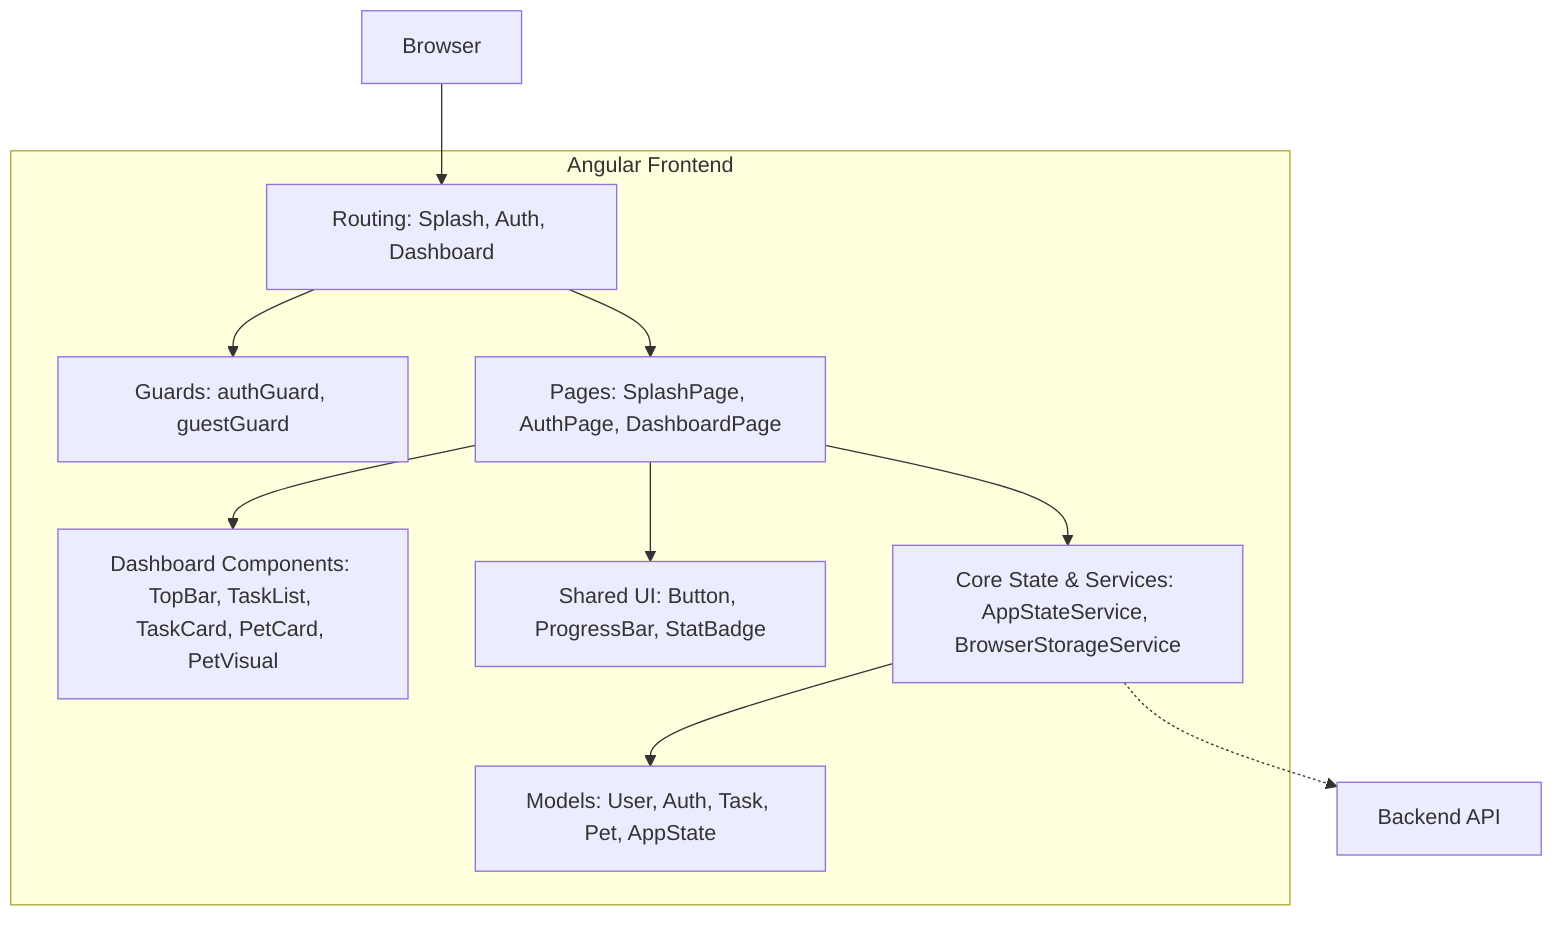
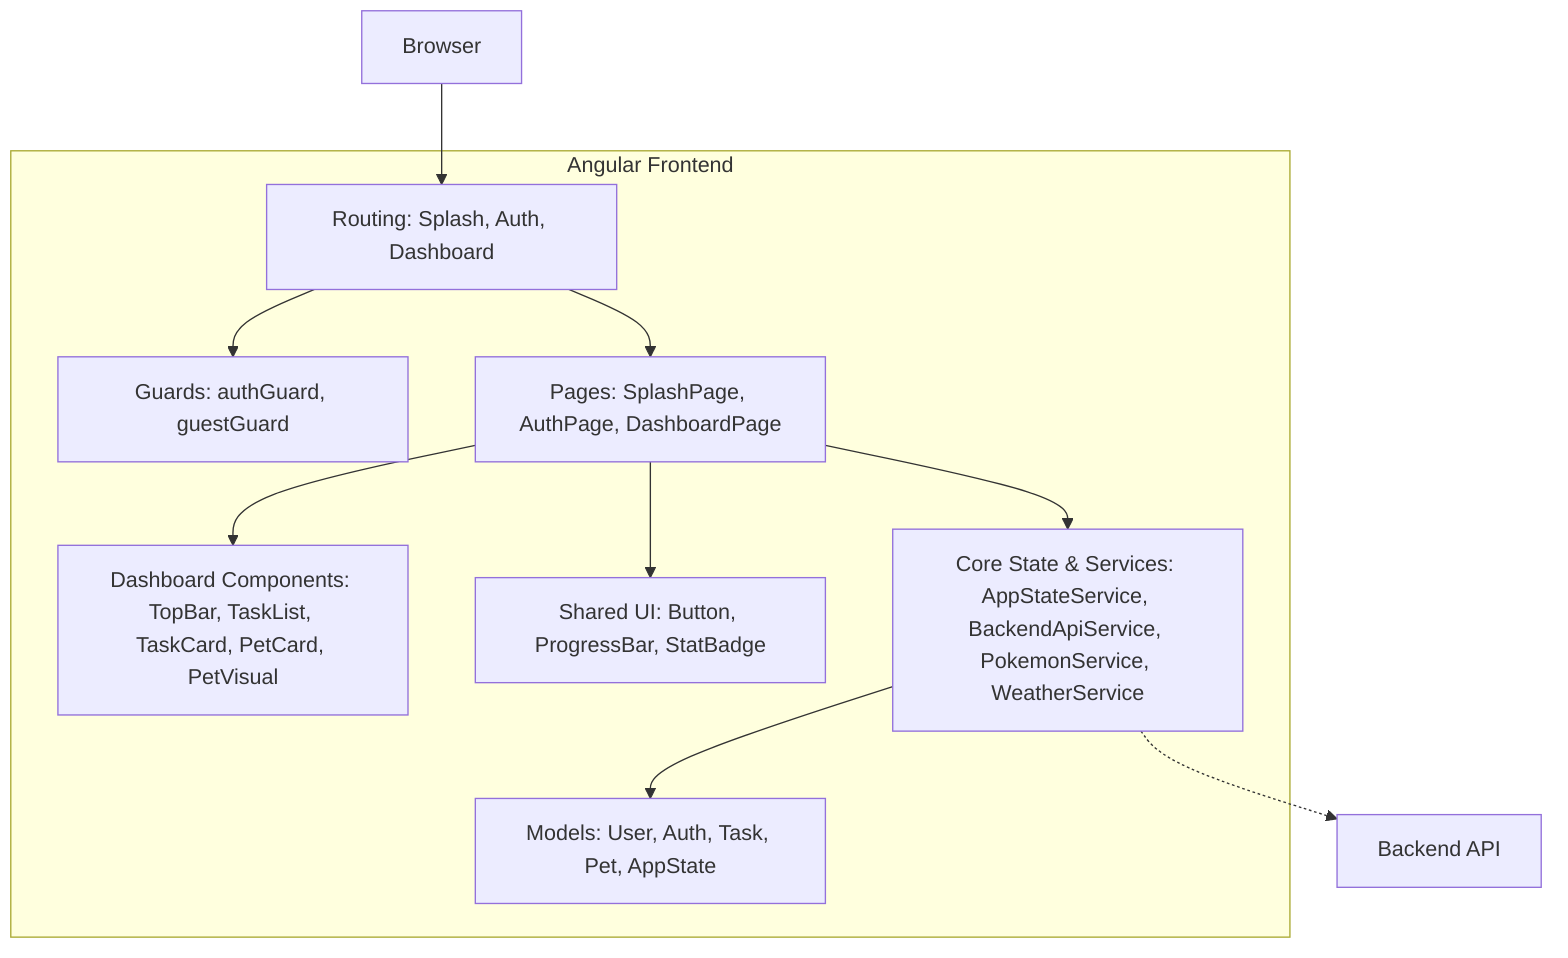
flowchart TB
    BROWSER["Browser"]

    subgraph FRONTEND["Angular Frontend"]
        ROUTES["Routing: Splash, Auth, Dashboard"]
        GUARDS["Guards: authGuard, guestGuard"]
        PAGES["Pages: SplashPage, AuthPage, DashboardPage"]
        DASH["Dashboard Components: TopBar, TaskList, TaskCard, PetCard, PetVisual"]
        UI["Shared UI: Button, ProgressBar, StatBadge"]
-         STATE["Core State & Services: AppStateService, BrowserStorageService"]
+         STATE["Core State & Services: AppStateService, BackendApiService, PokemonService, WeatherService"]
        MODELS["Models: User, Auth, Task, Pet, AppState"]
    end

    API["Backend API"]

    BROWSER --> ROUTES
    ROUTES --> GUARDS
    ROUTES --> PAGES
    PAGES --> DASH
    PAGES --> UI
    PAGES --> STATE
    STATE --> MODELS
    STATE -.-> API
